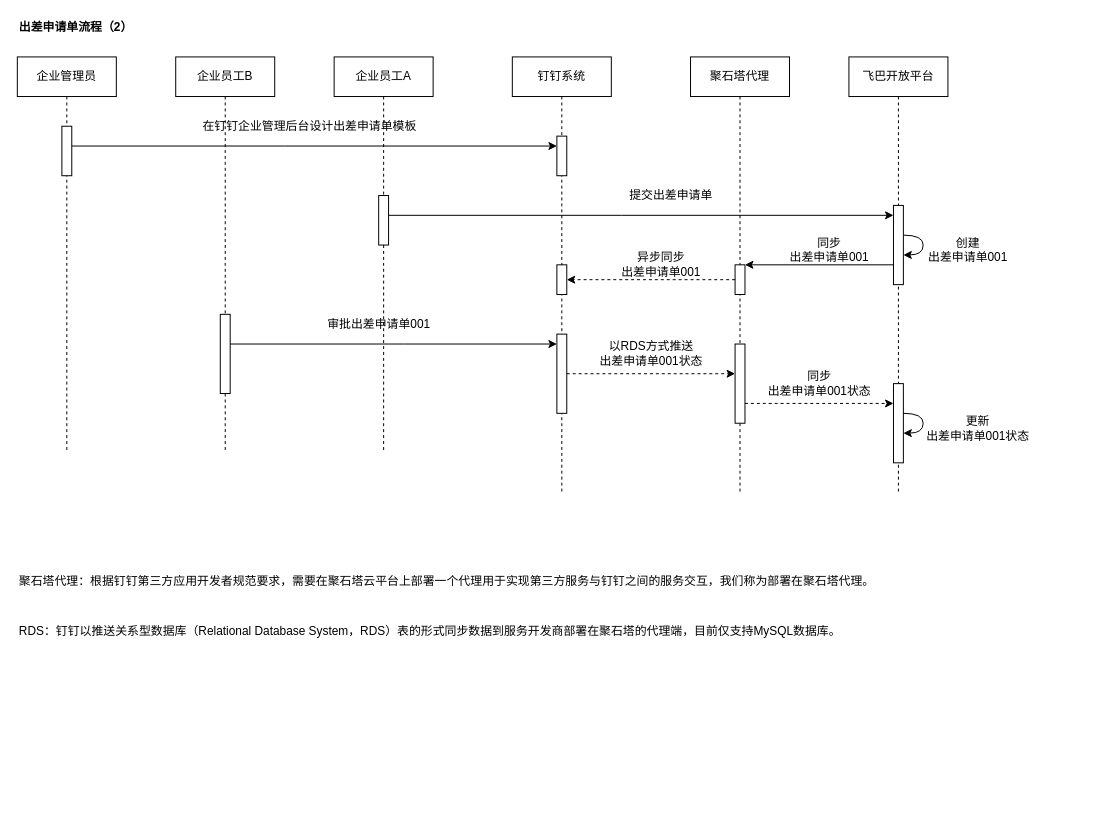
ab-doc/draw.io keeps this draw.io diagram as page "药房发药" (1 of 2) of src/work/past/hongkang/pharmacy/stockout.drawio. Above is the earlier version. Source tidied: cells renumbered, new cells numbered last; positions are measured from the earlier drawing's top-left corner, leaving out a move shared by most shapes. Both pictures are drawn from the tidied source at 99%, with x=0, y=0 at pixel (17, 17).
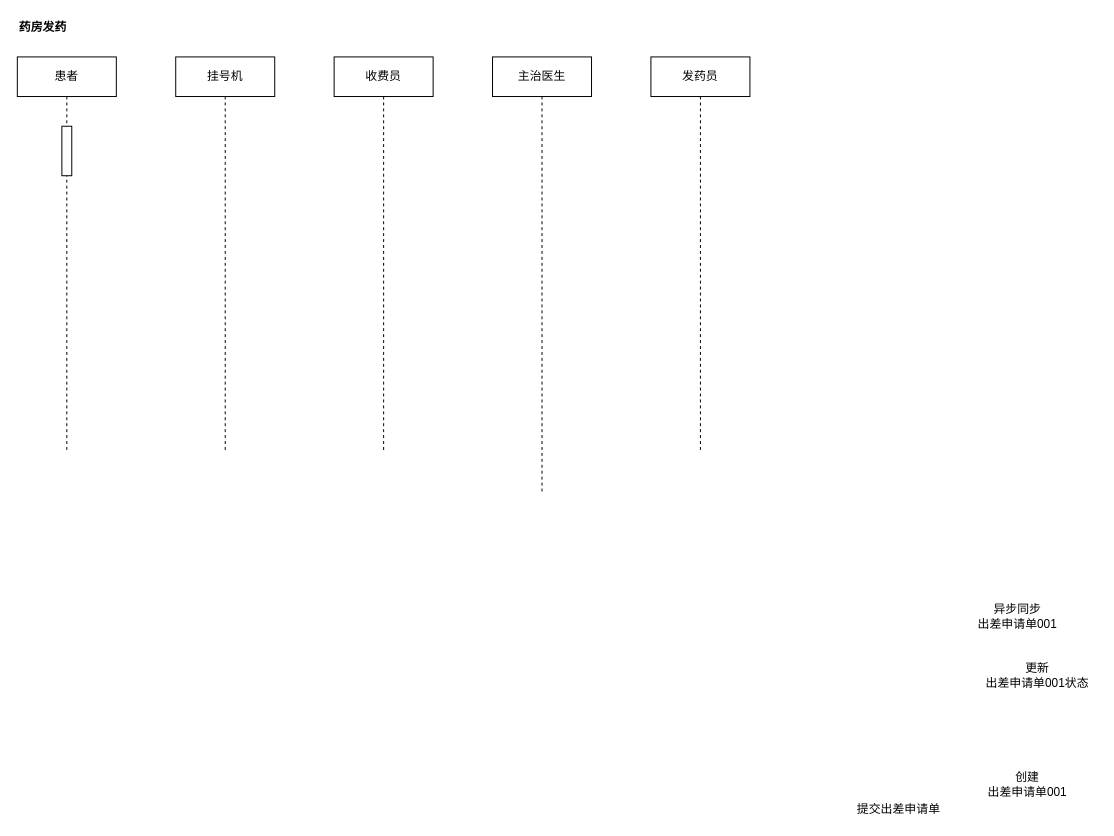
The same diagram, later.

The change refers to these unchanged cells:
```xml
<mxCell id="22" style="html=1;points=[];perimeter=orthogonalPerimeter;" parent="21" vertex="1">
  <mxGeometry x="45" y="70" width="10" height="50" as="geometry" />
</mxCell>
```

What changed in the source:
```diff
@@
-    <mxCell id="2" value="&lt;b&gt;出差申请单流程（2）&lt;/b&gt;" style="text;html=1;strokeColor=none;fillColor=none;align=left;verticalAlign=middle;whiteSpace=wrap;rounded=0;" parent="1" vertex="1">
+    <mxCell id="2" value="&lt;b&gt;药房发药&lt;/b&gt;" style="text;html=1;strokeColor=none;fillColor=none;align=left;verticalAlign=middle;whiteSpace=wrap;rounded=0;" parent="1" vertex="1">
       <mxGeometry width="120" height="20" as="geometry" />
     </mxCell>
-    <mxCell id="3" value="企业员工A" style="shape=umlLifeline;perimeter=lifelinePerimeter;whiteSpace=wrap;html=1;" parent="1" vertex="1">
-      <mxGeometry x="320" y="40" width="100" height="400" as="geometry" />
+    <mxCell id="3" value="发药员" style="shape=umlLifeline;perimeter=lifelinePerimeter;whiteSpace=wrap;html=1;" parent="1" vertex="1">
+      <mxGeometry x="640" y="40" width="100" height="400" as="geometry" />
     </mxCell>
-    <mxCell id="4" style="html=1;points=[];perimeter=orthogonalPerimeter;" parent="3" vertex="1">
-      <mxGeometry x="45" y="140" width="10" height="50" as="geometry" />
-    </mxCell>
-    <mxCell id="5" value="审批出差申请单001" style="text;html=1;align=center;verticalAlign=middle;" parent="3" vertex="1">
-      <mxGeometry x="-15" y="260" width="120" height="20" as="geometry" />
-    </mxCell>
-    <mxCell id="6" value="钉钉系统" style="shape=umlLifeline;perimeter=lifelinePerimeter;whiteSpace=wrap;html=1;" parent="1" vertex="1">
-      <mxGeometry x="500" y="40" width="100" height="440" as="geometry" />
+    <mxCell id="6" value="主治医生" style="shape=umlLifeline;perimeter=lifelinePerimeter;whiteSpace=wrap;html=1;" parent="1" vertex="1">
+      <mxGeometry x="480" y="40" width="100" height="440" as="geometry" />
     </mxCell>
-    <mxCell id="7" style="html=1;points=[];perimeter=orthogonalPerimeter;" parent="6" vertex="1">
-      <mxGeometry x="45" y="80" width="10" height="40" as="geometry" />
-    </mxCell>
-    <mxCell id="8" style="html=1;points=[];perimeter=orthogonalPerimeter;" parent="6" vertex="1">
-      <mxGeometry x="45" y="210" width="10" height="30" as="geometry" />
-    </mxCell>
-    <mxCell id="9" style="html=1;points=[];perimeter=orthogonalPerimeter;" parent="6" vertex="1">
-      <mxGeometry x="45" y="280" width="10" height="80" as="geometry" />
-    </mxCell>
-    <mxCell id="10" value="聚石塔代理" style="shape=umlLifeline;perimeter=lifelinePerimeter;whiteSpace=wrap;html=1;" parent="1" vertex="1">
-      <mxGeometry x="680" y="40" width="100" height="440" as="geometry" />
-    </mxCell>
-    <mxCell id="11" style="html=1;points=[];perimeter=orthogonalPerimeter;" parent="10" vertex="1">
-      <mxGeometry x="45" y="210" width="10" height="30" as="geometry" />
-    </mxCell>
-    <mxCell id="12" style="html=1;points=[];perimeter=orthogonalPerimeter;" parent="10" vertex="1">
-      <mxGeometry x="45" y="290" width="10" height="80" as="geometry" />
-    </mxCell>
-    <mxCell id="13" value="在钉钉企业管理后台设计出差申请单模板" style="text;html=1;align=center;verticalAlign=middle;" parent="1" vertex="1">
-      <mxGeometry x="180" y="100" width="230" height="20" as="geometry" />
-    </mxCell>
-    <mxCell id="14" value="飞巴开放平台" style="shape=umlLifeline;perimeter=lifelinePerimeter;whiteSpace=wrap;html=1;" parent="1" vertex="1">
-      <mxGeometry x="840" y="40" width="100" height="440" as="geometry" />
-    </mxCell>
-    <mxCell id="15" style="edgeStyle=orthogonalEdgeStyle;rounded=0;orthogonalLoop=1;jettySize=auto;html=1;curved=1;" parent="14" edge="1" source="16" target="16">
-      <mxGeometry relative="1" as="geometry" />
-    </mxCell>
-    <mxCell id="16" style="html=1;points=[];perimeter=orthogonalPerimeter;" parent="14" vertex="1">
-      <mxGeometry x="45" y="150" width="10" height="80" as="geometry" />
-    </mxCell>
-    <mxCell id="17" style="html=1;points=[];perimeter=orthogonalPerimeter;" parent="14" vertex="1">
-      <mxGeometry x="45" y="330" width="10" height="80" as="geometry" />
-    </mxCell>
-    <mxCell id="18" style="rounded=0;orthogonalLoop=1;jettySize=auto;html=1;edgeStyle=orthogonalEdgeStyle;curved=1;" parent="14" edge="1" source="17" target="17">
-      <mxGeometry relative="1" as="geometry" />
-    </mxCell>
     <mxCell id="19" value="提交出差申请单" style="text;html=1;align=center;verticalAlign=middle;" parent="1" vertex="1">
-      <mxGeometry x="610" y="170" width="100" height="20" as="geometry" />
+      <mxGeometry x="840" y="790" width="100" height="20" as="geometry" />
     </mxCell>
-    <mxCell id="20" style="edgeStyle=none;rounded=0;jettySize=auto;html=1;" parent="1" edge="1" source="4" target="16">
-      <mxGeometry relative="1" as="geometry">
-        <Array as="points">
-          <mxPoint x="610" y="200" />
-        </Array>
-      </mxGeometry>
-    </mxCell>
-    <mxCell id="21" value="企业管理员" style="shape=umlLifeline;perimeter=lifelinePerimeter;whiteSpace=wrap;html=1;" parent="1" vertex="1">
+    <mxCell id="21" value="患者" style="shape=umlLifeline;perimeter=lifelinePerimeter;whiteSpace=wrap;html=1;" parent="1" vertex="1">
       <mxGeometry y="40" width="100" height="400" as="geometry" />
     </mxCell>
@@
-    <mxCell id="23" style="rounded=0;jettySize=auto;html=1;" parent="1" edge="1" source="22" target="7">
-      <mxGeometry relative="1" as="geometry">
-        <Array as="points">
-          <mxPoint x="270" y="130" />
-        </Array>
-      </mxGeometry>
-    </mxCell>
-    <mxCell id="24" style="edgeStyle=none;rounded=0;jettySize=auto;html=1;" parent="1" edge="1" source="16" target="11">
-      <mxGeometry relative="1" as="geometry" />
-    </mxCell>
-    <mxCell id="25" style="edgeStyle=none;rounded=0;jettySize=auto;html=1;dashed=1;" parent="1" edge="1" source="11" target="8">
-      <mxGeometry relative="1" as="geometry" />
-    </mxCell>
     <mxCell id="26" value="创建&lt;br&gt;出差申请单001" style="text;html=1;align=center;verticalAlign=middle;" parent="1" vertex="1">
-      <mxGeometry x="910" y="220" width="100" height="30" as="geometry" />
+      <mxGeometry x="970" y="760" width="100" height="30" as="geometry" />
     </mxCell>
-    <mxCell id="27" value="同步&lt;br&gt;出差申请单001" style="text;html=1;align=center;verticalAlign=middle;" parent="1" vertex="1">
-      <mxGeometry x="770" y="220" width="100" height="30" as="geometry" />
-    </mxCell>
     <mxCell id="28" value="异步同步&lt;br&gt;出差申请单001" style="text;html=1;align=center;verticalAlign=middle;" parent="1" vertex="1">
-      <mxGeometry x="600" y="235" width="100" height="30" as="geometry" />
+      <mxGeometry x="960" y="590" width="100" height="30" as="geometry" />
     </mxCell>
-    <mxCell id="29" value="企业员工B" style="shape=umlLifeline;perimeter=lifelinePerimeter;whiteSpace=wrap;html=1;" parent="1" vertex="1">
-      <mxGeometry x="160" y="40" width="100" height="400" as="geometry" />
+    <mxCell id="29" value="收费员" style="shape=umlLifeline;perimeter=lifelinePerimeter;whiteSpace=wrap;html=1;" parent="1" vertex="1">
+      <mxGeometry x="320" y="40" width="100" height="400" as="geometry" />
     </mxCell>
-    <mxCell id="30" style="html=1;points=[];perimeter=orthogonalPerimeter;" parent="29" vertex="1">
-      <mxGeometry x="45" y="260" width="10" height="80" as="geometry" />
-    </mxCell>
-    <mxCell id="31" style="edgeStyle=none;rounded=0;jettySize=auto;html=1;" parent="1" edge="1" source="30" target="9">
-      <mxGeometry relative="1" as="geometry">
-        <Array as="points">
-          <mxPoint x="390" y="330" />
-        </Array>
-      </mxGeometry>
-    </mxCell>
-    <mxCell id="32" style="edgeStyle=none;rounded=0;jettySize=auto;html=1;dashed=1;" parent="1" edge="1" source="9" target="12">
-      <mxGeometry relative="1" as="geometry" />
-    </mxCell>
-    <mxCell id="33" value="以RDS方式推送&lt;br&gt;出差申请单001状态" style="text;html=1;align=center;verticalAlign=middle;" parent="1" vertex="1">
-      <mxGeometry x="580" y="325" width="120" height="30" as="geometry" />
-    </mxCell>
-    <mxCell id="34" style="edgeStyle=none;rounded=0;jettySize=auto;html=1;dashed=1;" parent="1" edge="1" source="12" target="17">
-      <mxGeometry relative="1" as="geometry">
-        <Array as="points">
-          <mxPoint x="820" y="390" />
-        </Array>
-      </mxGeometry>
-    </mxCell>
-    <mxCell id="35" value="同步&lt;br&gt;出差申请单001状态" style="text;html=1;align=center;verticalAlign=middle;" parent="1" vertex="1">
-      <mxGeometry x="750" y="355" width="120" height="30" as="geometry" />
-    </mxCell>
     <mxCell id="36" value="更新&lt;br&gt;出差申请单001状态" style="text;html=1;align=center;verticalAlign=middle;" parent="1" vertex="1">
-      <mxGeometry x="910" y="400" width="120" height="30" as="geometry" />
+      <mxGeometry x="970" y="650" width="120" height="30" as="geometry" />
     </mxCell>
-    <mxCell id="37" value="聚石塔代理：根据钉钉第三方应用开发者规范要求，需要在聚石塔云平台上部署一个代理用于实现第三方服务与钉钉之间的服务交互，我们称为部署在聚石塔代理。" style="text;html=1;align=left;verticalAlign=middle;" parent="1" vertex="1">
-      <mxGeometry y="560" width="880" height="20" as="geometry" />
-    </mxCell>
-    <mxCell id="38" value="RDS：钉钉以推送关系型数据库（Relational Database System，RDS）表的形式同步数据到服务开发商部署在聚石塔的代理端，目前仅支持MySQL数据库。" style="text;html=1;align=left;verticalAlign=middle;" parent="1" vertex="1">
-      <mxGeometry y="610" width="850" height="20" as="geometry" />
-    </mxCell>
+    <mxCell id="39" value="挂号机" style="shape=umlLifeline;perimeter=lifelinePerimeter;whiteSpace=wrap;html=1;" parent="1" vertex="1">
+      <mxGeometry x="160" y="40" width="100" height="400" as="geometry" />
+    </mxCell>
```
